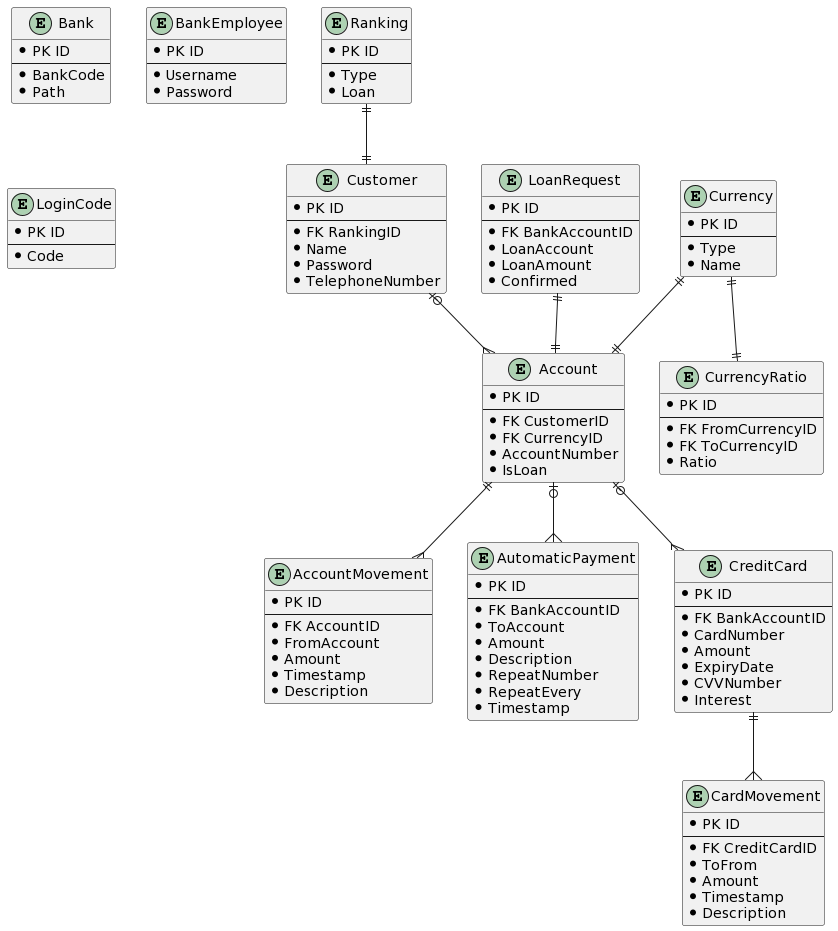
zuzanatrembulakova/bank_project keeps this PlantUML diagram as erd.png. Above is the earlier version.
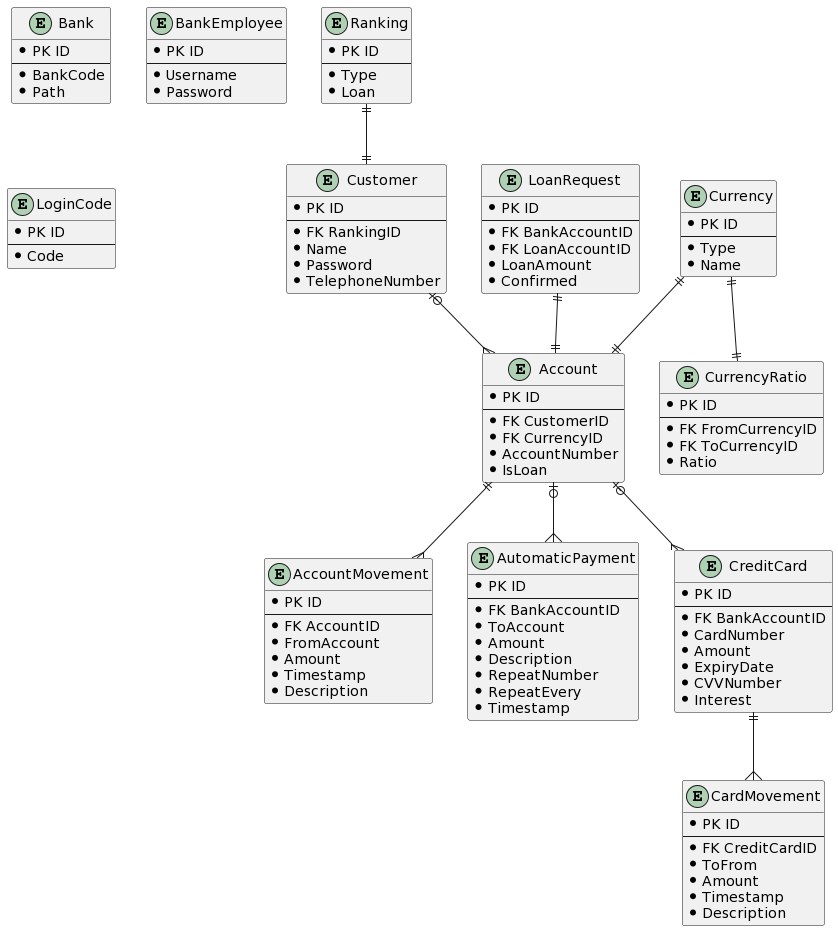
The same file after the commit.

The edit, as a diff of the source:
```diff
@@ -45,7 +45,7 @@
     * PK ID
     --
     * FK BankAccountID
-    * LoanAccount
+    * FK LoanAccountID
     * LoanAmount
     * Confirmed
 }
```
